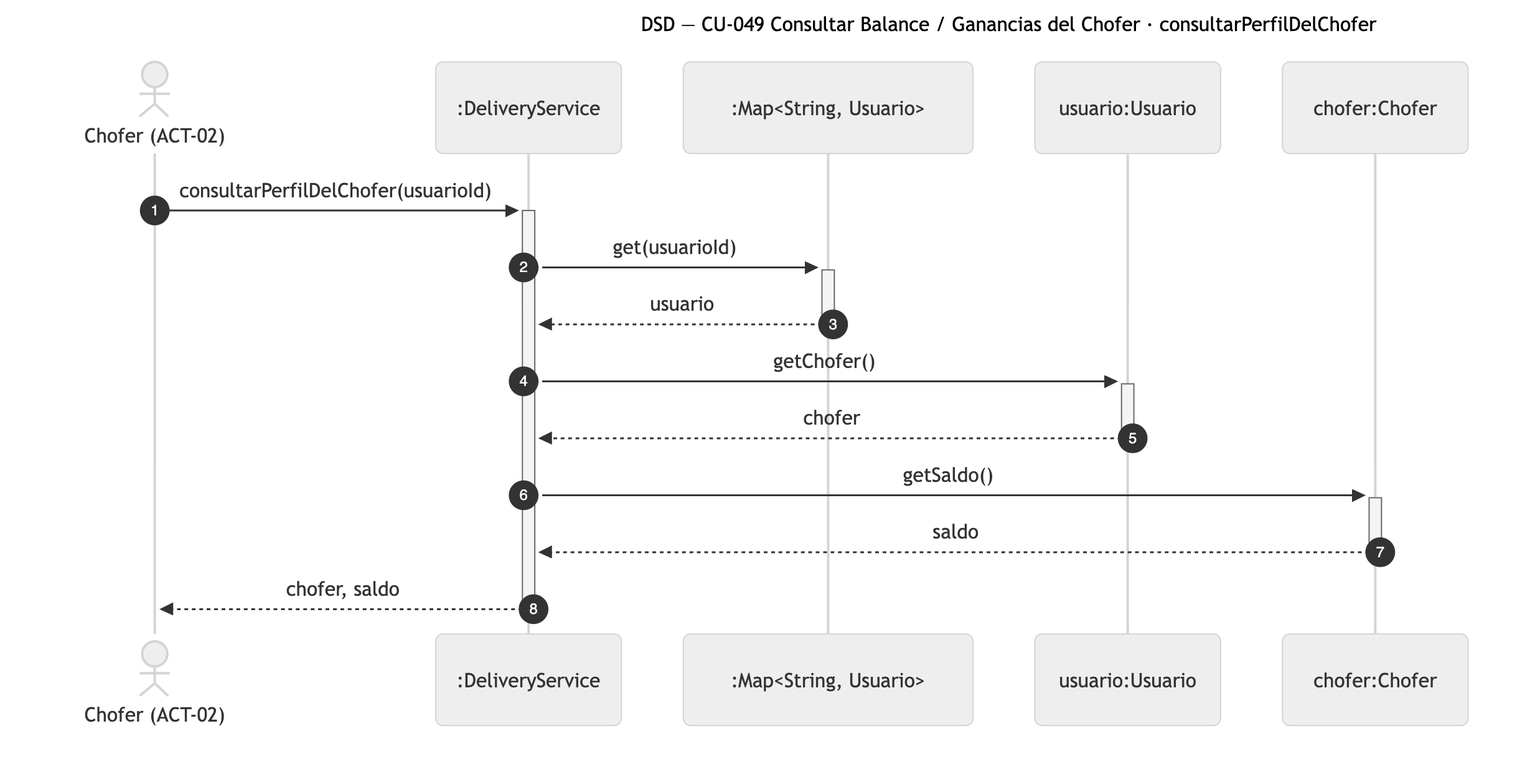
Nahuelito-Dev/splg-docs keeps this Mermaid diagram as diagramas/png/DSD_CU-049_consultarPerfilDelChofer.png. Above is the earlier version. Its source is kept beside it as diagramas/DSD_CU-049_consultarPerfilDelChofer.mmd. Source of this version:
```mermaid
sequenceDiagram
    title DSD — CU-049 Consultar Balance / Ganancias del Chofer · consultarPerfilDelChofer
    autonumber
    actor CHF as Chofer (ACT-02)
    participant SRV as :DeliveryService
    participant COL as :Map#lt;String, Usuario#gt;
    participant USR as usuario:Usuario
    participant CHO as chofer:Chofer

    CHF->>+SRV: consultarPerfilDelChofer(usuarioId)
    SRV->>+COL: get(usuarioId)
    COL-->>-SRV: usuario
    SRV->>+USR: getChofer()
    USR-->>-SRV: chofer
    SRV->>+CHO: getSaldo()
    CHO-->>-SRV: saldo
    SRV-->>-CHF: chofer, saldo
```
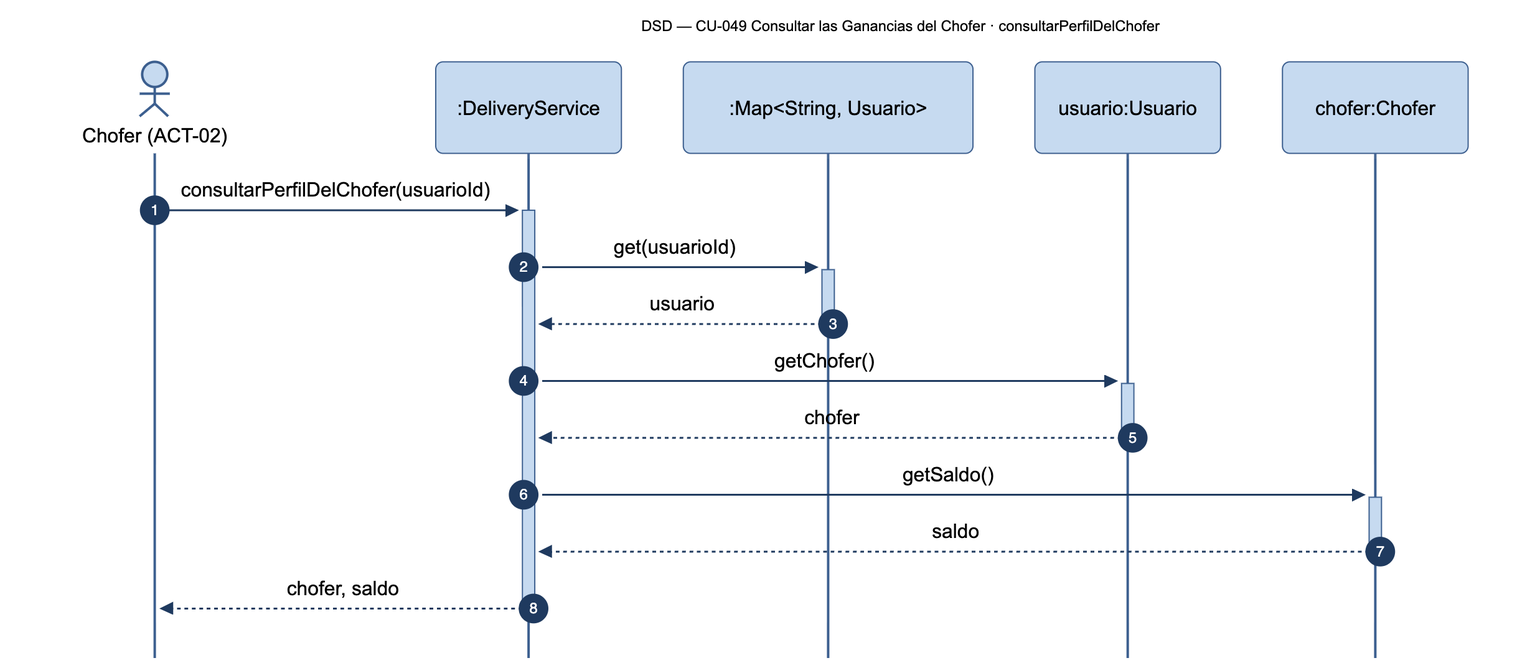
The same diagram one commit later.

What changed in the source:
```diff
@@ -1,5 +1,5 @@
 sequenceDiagram
-    title DSD — CU-049 Consultar Balance / Ganancias del Chofer · consultarPerfilDelChofer
+    title DSD — CU-049 Consultar las Ganancias del Chofer · consultarPerfilDelChofer
     autonumber
     actor CHF as Chofer (ACT-02)
     participant SRV as :DeliveryService
```
